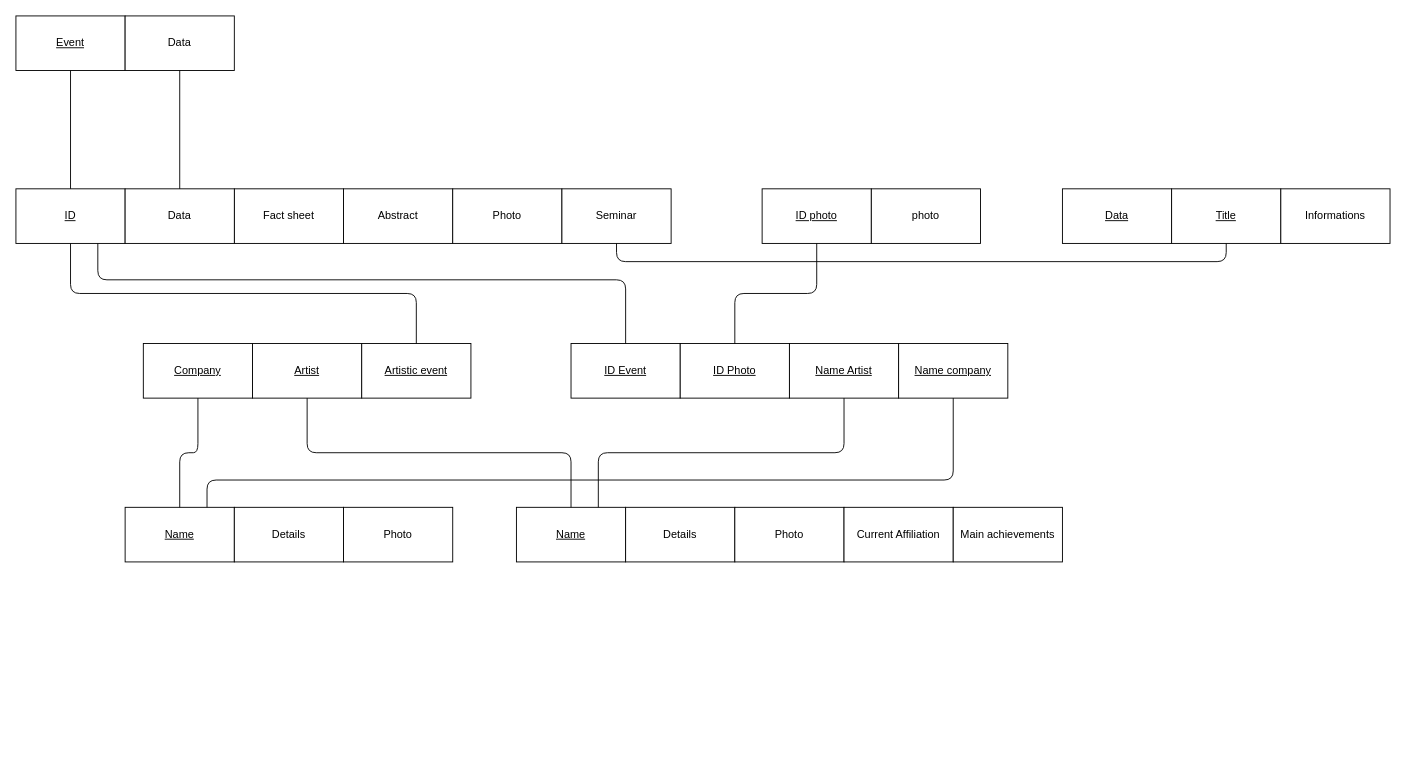
The draw.io diagram Design/Schemas/LogicDB.drawio in Furcanzo/Hypermedia, before the edit. Source tidied: cells renumbered, new cells numbered last; positions are measured from the earlier drawing's top-left corner, leaving out a move shared by most shapes. Both pictures are drawn from the tidied source at 91%, with x=0, y=0 at pixel (15, 15).
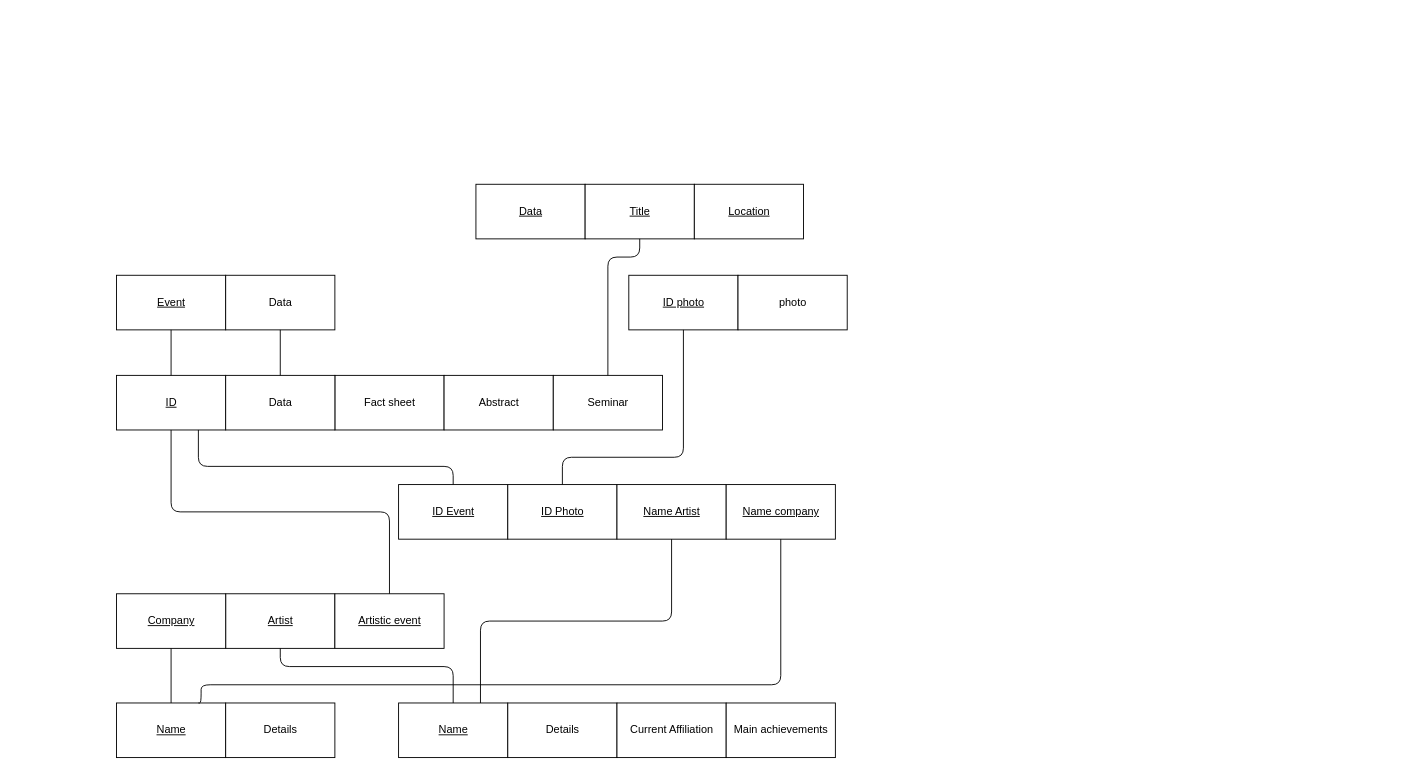
The same page after the edit.

Change to the diagram source:
```diff
@@
     <mxCell id="2" value="&lt;u&gt;ID&lt;/u&gt;" style="rounded=0;whiteSpace=wrap;html=1;" parent="1" vertex="1">
-      <mxGeometry y="190" width="120" height="60" as="geometry" />
+      <mxGeometry x="110.5" y="395" width="120" height="60" as="geometry" />
     </mxCell>
     <mxCell id="3" value="Fact sheet" style="rounded=0;whiteSpace=wrap;html=1;" parent="1" vertex="1">
-      <mxGeometry x="240" y="190" width="120" height="60" as="geometry" />
+      <mxGeometry x="350.5" y="395" width="120" height="60" as="geometry" />
     </mxCell>
     <mxCell id="4" value="Abstract" style="rounded=0;whiteSpace=wrap;html=1;" parent="1" vertex="1">
-      <mxGeometry x="360" y="190" width="120" height="60" as="geometry" />
+      <mxGeometry x="470.5" y="395" width="120" height="60" as="geometry" />
     </mxCell>
-    <mxCell id="5" value="Photo" style="rounded=0;whiteSpace=wrap;html=1;" parent="1" vertex="1">
-      <mxGeometry x="480" y="190" width="120" height="60" as="geometry" />
-    </mxCell>
     <mxCell id="6" value="Seminar" style="rounded=0;whiteSpace=wrap;html=1;" parent="1" vertex="1">
-      <mxGeometry x="600" y="190" width="120" height="60" as="geometry" />
+      <mxGeometry x="590.5" y="395" width="120" height="60" as="geometry" />
     </mxCell>
     <mxCell id="7" value="&lt;u&gt;Artist&lt;/u&gt;" style="rounded=0;whiteSpace=wrap;html=1;" parent="1" vertex="1">
-      <mxGeometry x="260" y="360" width="120" height="60" as="geometry" />
+      <mxGeometry x="230.5" y="635" width="120" height="60" as="geometry" />
     </mxCell>
     <mxCell id="8" value="&lt;u&gt;Artistic event&lt;/u&gt;" style="rounded=0;whiteSpace=wrap;html=1;" parent="1" vertex="1">
-      <mxGeometry x="380" y="360" width="120" height="60" as="geometry" />
+      <mxGeometry x="350.5" y="635" width="120" height="60" as="geometry" />
     </mxCell>
@@
     <mxCell id="10" value="&lt;u&gt;Name&lt;/u&gt;" style="rounded=0;whiteSpace=wrap;html=1;" parent="1" vertex="1">
-      <mxGeometry x="120" y="540" width="120" height="60" as="geometry" />
+      <mxGeometry x="110.5" y="755" width="120" height="60" as="geometry" />
     </mxCell>
     <mxCell id="11" value="Details" style="rounded=0;whiteSpace=wrap;html=1;" parent="1" vertex="1">
-      <mxGeometry x="240" y="540" width="120" height="60" as="geometry" />
+      <mxGeometry x="230.5" y="755" width="120" height="60" as="geometry" />
     </mxCell>
-    <mxCell id="12" value="Photo" style="rounded=0;whiteSpace=wrap;html=1;" parent="1" vertex="1">
-      <mxGeometry x="360" y="540" width="120" height="60" as="geometry" />
-    </mxCell>
     <mxCell id="13" value="&lt;u&gt;Company&lt;/u&gt;" style="rounded=0;whiteSpace=wrap;html=1;" parent="1" vertex="1">
-      <mxGeometry x="140" y="360" width="120" height="60" as="geometry" />
+      <mxGeometry x="110.5" y="635" width="120" height="60" as="geometry" />
     </mxCell>
@@
     <mxCell id="15" value="&lt;u&gt;Name&lt;/u&gt;" style="rounded=0;whiteSpace=wrap;html=1;" parent="1" vertex="1">
-      <mxGeometry x="550" y="540" width="120" height="60" as="geometry" />
+      <mxGeometry x="420.5" y="755" width="120" height="60" as="geometry" />
     </mxCell>
     <mxCell id="16" value="Details" style="rounded=0;whiteSpace=wrap;html=1;" parent="1" vertex="1">
-      <mxGeometry x="670" y="540" width="120" height="60" as="geometry" />
+      <mxGeometry x="540.5" y="755" width="120" height="60" as="geometry" />
     </mxCell>
-    <mxCell id="17" value="Photo" style="rounded=0;whiteSpace=wrap;html=1;" parent="1" vertex="1">
-      <mxGeometry x="790" y="540" width="120" height="60" as="geometry" />
-    </mxCell>
     <mxCell id="18" value="Current Affiliation" style="rounded=0;whiteSpace=wrap;html=1;" parent="1" vertex="1">
-      <mxGeometry x="910" y="540" width="120" height="60" as="geometry" />
+      <mxGeometry x="660.5" y="755" width="120" height="60" as="geometry" />
     </mxCell>
     <mxCell id="19" value="Main achievements" style="rounded=0;whiteSpace=wrap;html=1;" parent="1" vertex="1">
-      <mxGeometry x="1030" y="540" width="120" height="60" as="geometry" />
+      <mxGeometry x="780.5" y="755" width="120" height="60" as="geometry" />
     </mxCell>
     <mxCell id="20" style="endArrow=none;html=1;edgeStyle=orthogonalEdgeStyle;entryX=0.5;entryY=0;entryDx=0;entryDy=0;exitX=0.5;exitY=1;exitDx=0;exitDy=0;" parent="1" edge="1" source="7" target="15">
-      <mxGeometry relative="1" as="geometry" />
+      <mxGeometry relative="1" as="geometry">
+        <Array as="points">
+          <mxPoint x="290.5" y="715" />
+          <mxPoint x="480.5" y="715" />
+        </Array>
+      </mxGeometry>
     </mxCell>
     <mxCell id="21" value="&lt;u&gt;ID Event&lt;/u&gt;" style="rounded=0;whiteSpace=wrap;html=1;" parent="1" vertex="1">
-      <mxGeometry x="610" y="360" width="120" height="60" as="geometry" />
+      <mxGeometry x="420.5" y="515" width="120" height="60" as="geometry" />
     </mxCell>
     <mxCell id="22" value="&lt;u&gt;ID Photo&lt;/u&gt;" style="rounded=0;whiteSpace=wrap;html=1;" parent="1" vertex="1">
-      <mxGeometry x="730" y="360" width="120" height="60" as="geometry" />
+      <mxGeometry x="540.5" y="515" width="120" height="60" as="geometry" />
     </mxCell>
     <mxCell id="23" value="&lt;u&gt;Name Artist&lt;/u&gt;" style="rounded=0;whiteSpace=wrap;html=1;" parent="1" vertex="1">
-      <mxGeometry x="850" y="360" width="120" height="60" as="geometry" />
+      <mxGeometry x="660.5" y="515" width="120" height="60" as="geometry" />
     </mxCell>
     <mxCell id="24" value="&lt;u&gt;Name company&lt;/u&gt;" style="rounded=0;whiteSpace=wrap;html=1;" parent="1" vertex="1">
-      <mxGeometry x="970" y="360" width="120" height="60" as="geometry" />
+      <mxGeometry x="780.5" y="515" width="120" height="60" as="geometry" />
     </mxCell>
     <mxCell id="25" style="endArrow=none;html=1;entryX=0.5;entryY=0;entryDx=0;entryDy=0;exitX=0.75;exitY=1;exitDx=0;exitDy=0;edgeStyle=orthogonalEdgeStyle;" parent="1" edge="1" source="2" target="21">
       <mxGeometry relative="1" as="geometry">
         <Array as="points">
-          <mxPoint x="90" y="290" />
-          <mxPoint x="670" y="290" />
+          <mxPoint x="200.5" y="495" />
+          <mxPoint x="480.5" y="495" />
         </Array>
       </mxGeometry>
     </mxCell>
     <mxCell id="26" value="&lt;u&gt;ID photo&lt;/u&gt;" style="rounded=0;whiteSpace=wrap;html=1;" parent="1" vertex="1">
-      <mxGeometry x="820" y="190" width="120" height="60" as="geometry" />
+      <mxGeometry x="673.5" y="285" width="120" height="60" as="geometry" />
     </mxCell>
     <mxCell id="27" value="photo" style="rounded=0;whiteSpace=wrap;html=1;" parent="1" vertex="1">
-      <mxGeometry x="940" y="190" width="120" height="60" as="geometry" />
+      <mxGeometry x="793.5" y="285" width="120" height="60" as="geometry" />
     </mxCell>
     <mxCell id="28" style="endArrow=none;html=1;entryX=0.5;entryY=0;entryDx=0;entryDy=0;exitX=0.5;exitY=1;exitDx=0;exitDy=0;edgeStyle=orthogonalEdgeStyle;" parent="1" edge="1" source="26" target="22">
-      <mxGeometry relative="1" as="geometry" />
+      <mxGeometry relative="1" as="geometry">
+        <Array as="points">
+          <mxPoint x="733.5" y="485" />
+          <mxPoint x="600.5" y="485" />
+        </Array>
+      </mxGeometry>
     </mxCell>
@@
     <mxCell id="30" style="endArrow=none;html=1;entryX=0.5;entryY=1;entryDx=0;entryDy=0;exitX=0.75;exitY=0;exitDx=0;exitDy=0;edgeStyle=orthogonalEdgeStyle;" parent="1" edge="1" source="10" target="24">
       <mxGeometry relative="1" as="geometry">
         <Array as="points">
-          <mxPoint x="210" y="510" />
-          <mxPoint x="1030" y="510" />
+          <mxPoint x="203.5" y="755" />
+          <mxPoint x="203.5" y="735" />
+          <mxPoint x="840.5" y="735" />
         </Array>
       </mxGeometry>
     </mxCell>
     <mxCell id="31" value="&lt;u&gt;Data&lt;/u&gt;" style="rounded=0;whiteSpace=wrap;html=1;" parent="1" vertex="1">
-      <mxGeometry x="1150" y="190" width="120" height="60" as="geometry" />
+      <mxGeometry x="505.5" y="185" width="120" height="60" as="geometry" />
     </mxCell>
     <mxCell id="32" value="&lt;u&gt;Title&lt;/u&gt;" style="rounded=0;whiteSpace=wrap;html=1;" parent="1" vertex="1">
-      <mxGeometry x="1270" y="190" width="120" height="60" as="geometry" />
+      <mxGeometry x="625.5" y="185" width="120" height="60" as="geometry" />
     </mxCell>
-    <mxCell id="33" style="endArrow=none;html=1;exitX=0.5;exitY=1;exitDx=0;exitDy=0;entryX=0.5;entryY=1;entryDx=0;entryDy=0;edgeStyle=orthogonalEdgeStyle;" parent="1" edge="1" source="6" target="32">
+    <mxCell id="33" style="endArrow=none;html=1;exitX=0.5;exitY=0;exitDx=0;exitDy=0;entryX=0.5;entryY=1;entryDx=0;entryDy=0;edgeStyle=orthogonalEdgeStyle;" parent="1" edge="1" source="6" target="32">
       <mxGeometry relative="1" as="geometry">
         <Array as="points">
-          <mxPoint x="660" y="270" />
-          <mxPoint x="1330" y="270" />
+          <mxPoint x="650.5" y="265" />
+          <mxPoint x="685.5" y="265" />
         </Array>
       </mxGeometry>
     </mxCell>
-    <mxCell id="34" value="Informations" style="rounded=0;whiteSpace=wrap;html=1;" parent="1" vertex="1">
-      <mxGeometry x="1390" y="190" width="120" height="60" as="geometry" />
+    <mxCell id="34" value="&lt;u&gt;Location&lt;/u&gt;" style="rounded=0;whiteSpace=wrap;html=1;" parent="1" vertex="1">
+      <mxGeometry x="745.5" y="185" width="120" height="60" as="geometry" />
     </mxCell>
     <mxCell id="35" value="Data" style="rounded=0;whiteSpace=wrap;html=1;" parent="1" vertex="1">
-      <mxGeometry x="120" y="190" width="120" height="60" as="geometry" />
+      <mxGeometry x="230.5" y="395" width="120" height="60" as="geometry" />
     </mxCell>
     <mxCell id="36" value="&lt;u&gt;Event&lt;/u&gt;" style="rounded=0;whiteSpace=wrap;html=1;" parent="1" vertex="1">
-      <mxGeometry width="120" height="60" as="geometry" />
+      <mxGeometry x="110.5" y="285" width="120" height="60" as="geometry" />
     </mxCell>
     <mxCell id="37" value="Data" style="rounded=0;whiteSpace=wrap;html=1;" parent="1" vertex="1">
-      <mxGeometry x="120" width="120" height="60" as="geometry" />
+      <mxGeometry x="230.5" y="285" width="120" height="60" as="geometry" />
     </mxCell>
```
